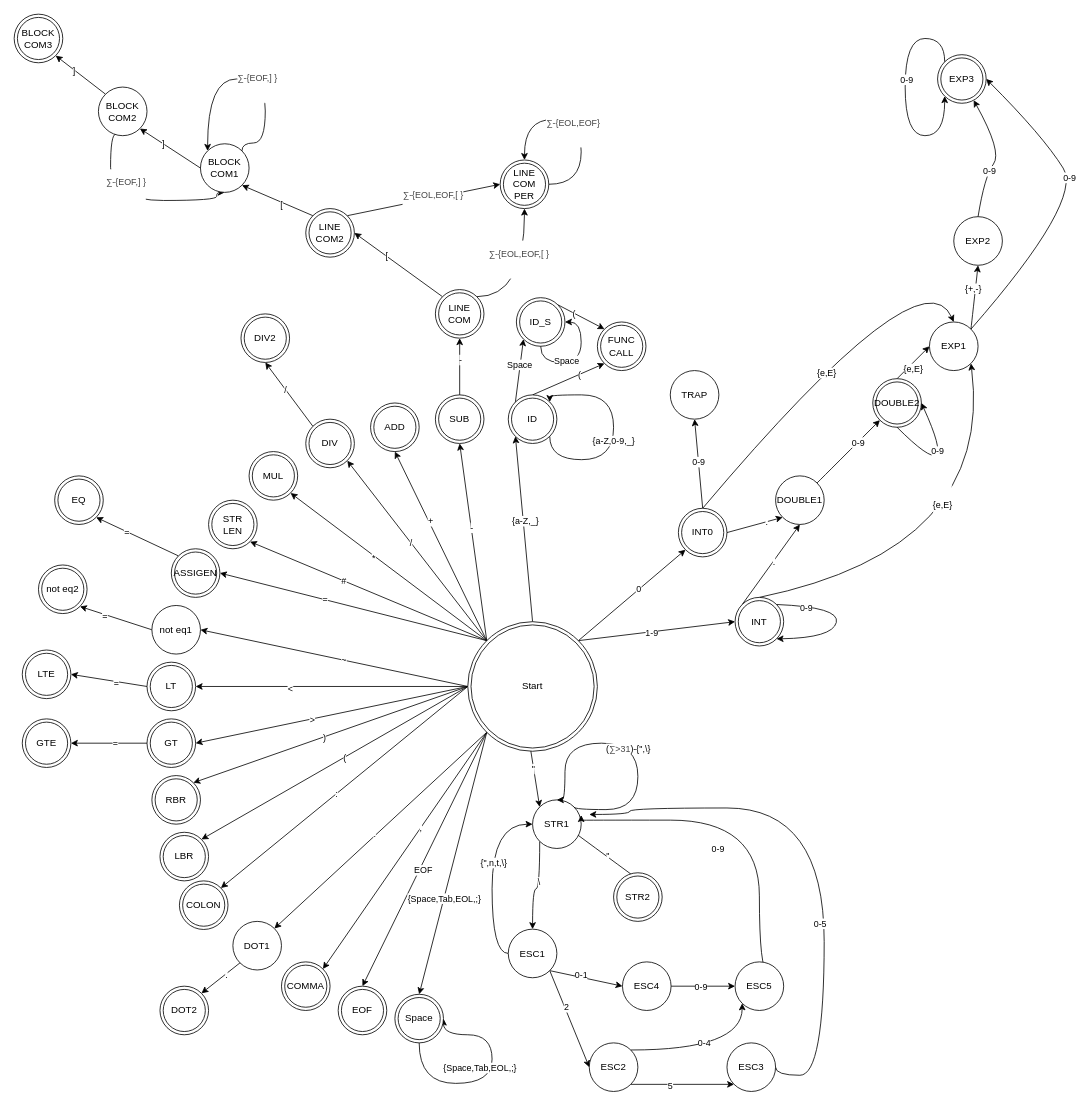
The draw.io diagram doc/scaner/scaner.drawio in JakubKomar/Prekladac-jazyka-teal, before the edit. Source tidied: cells renumbered, new cells numbered last; positions are measured from the earlier drawing's top-left corner, leaving out a move shared by most shapes. Both pictures are drawn from the tidied source at 81%, with x=0, y=0 at pixel (14, 14).
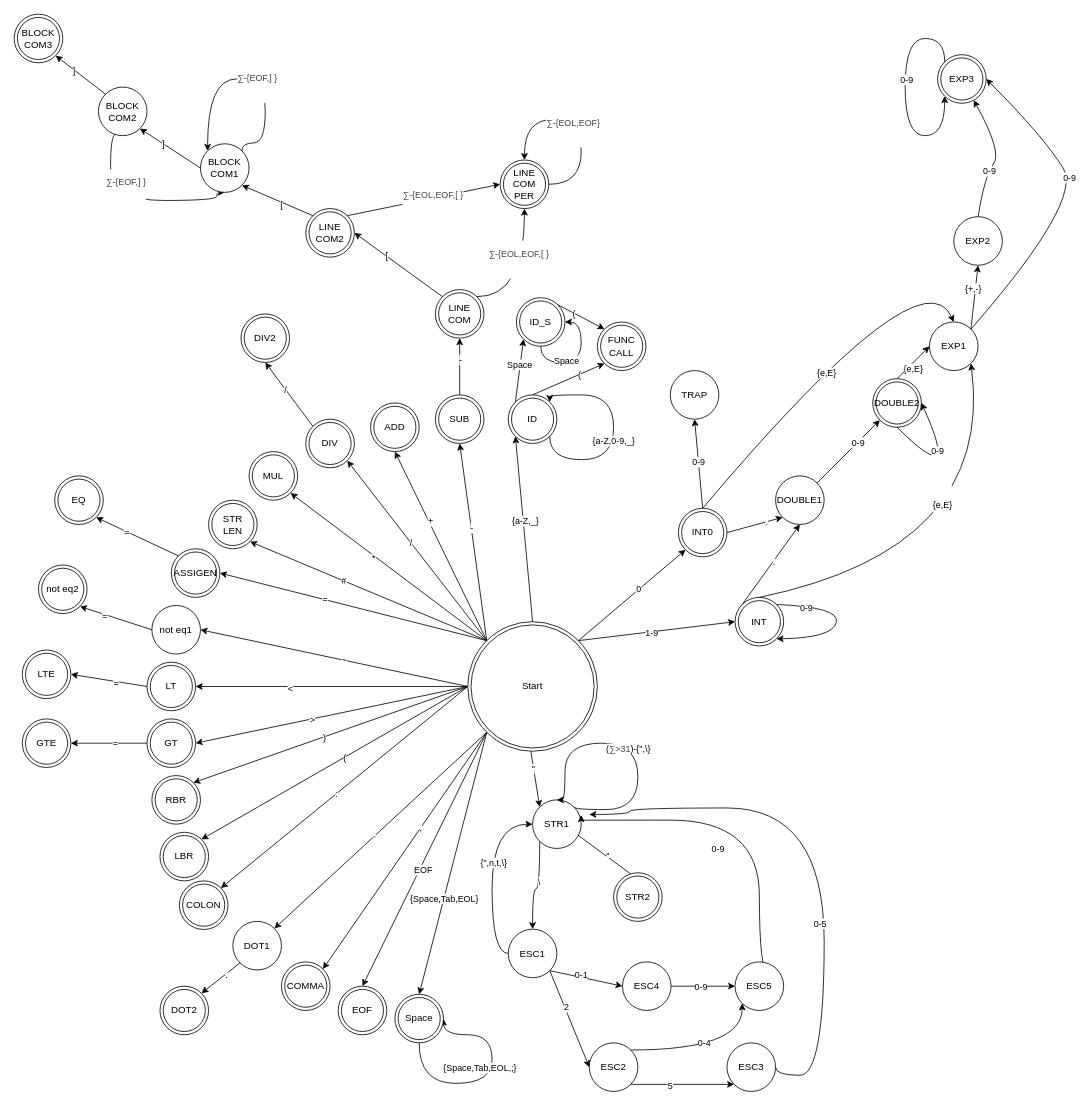
After the change.

Commit message:
středník gone

Unchanged cells that the change refers to:
```xml
<mxCell id="33" style="edgeStyle=none;rounded=0;jettySize=auto;html=1;exitX=0;exitY=1;exitDx=0;exitDy=0;entryX=0.5;entryY=0;entryDx=0;entryDy=0;" parent="1" edge="1" source="43" target="107">
  <mxGeometry relative="1" as="geometry" />
</mxCell>
```

The edit, as a diff of the source:
```diff
@@
-    <mxCell id="34" value="{Space,Tab,EOL,;}" style="edgeLabel;html=1;align=center;verticalAlign=middle;" parent="33" vertex="1">
+    <mxCell id="34" value="{Space,Tab,EOL}" style="edgeLabel;html=1;align=center;verticalAlign=middle;" parent="33" vertex="1">
       <mxGeometry x="0.27" relative="1" as="geometry" />
     </mxCell>
```
